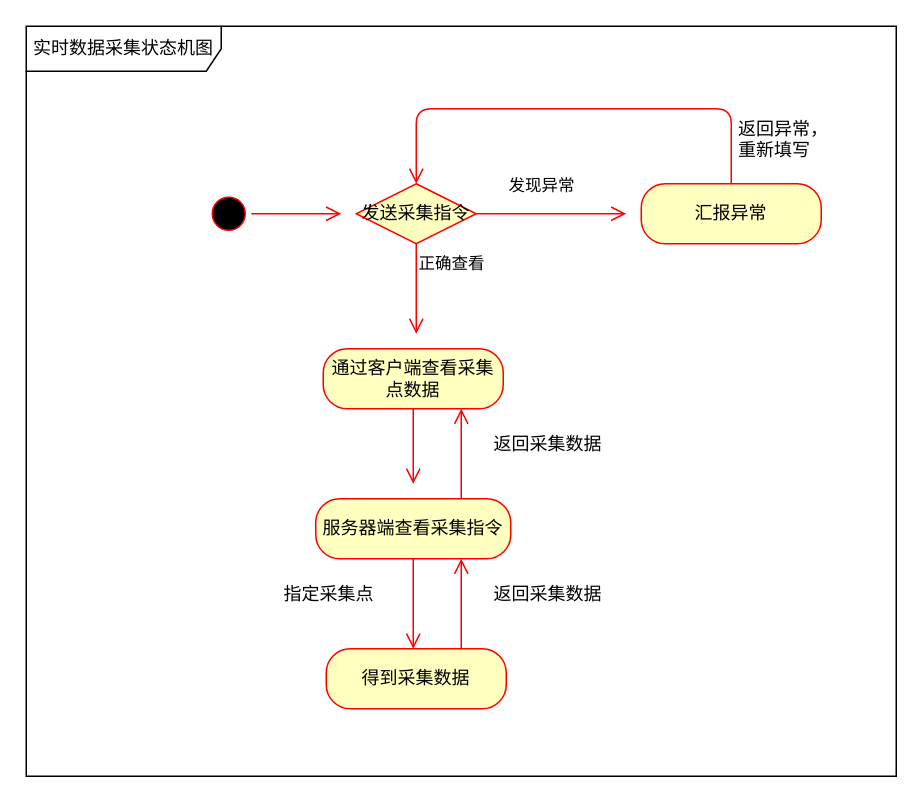
This is anki/状态机图.drawio from HuSharp/leetcode, a draw.io file, before an edit. Source tidied: cells renumbered, new cells numbered last; positions are measured from the earlier drawing's top-left corner, leaving out a move shared by most shapes. Both pictures are drawn from the tidied source at 150%, with x=0, y=0 at pixel (26, 26).
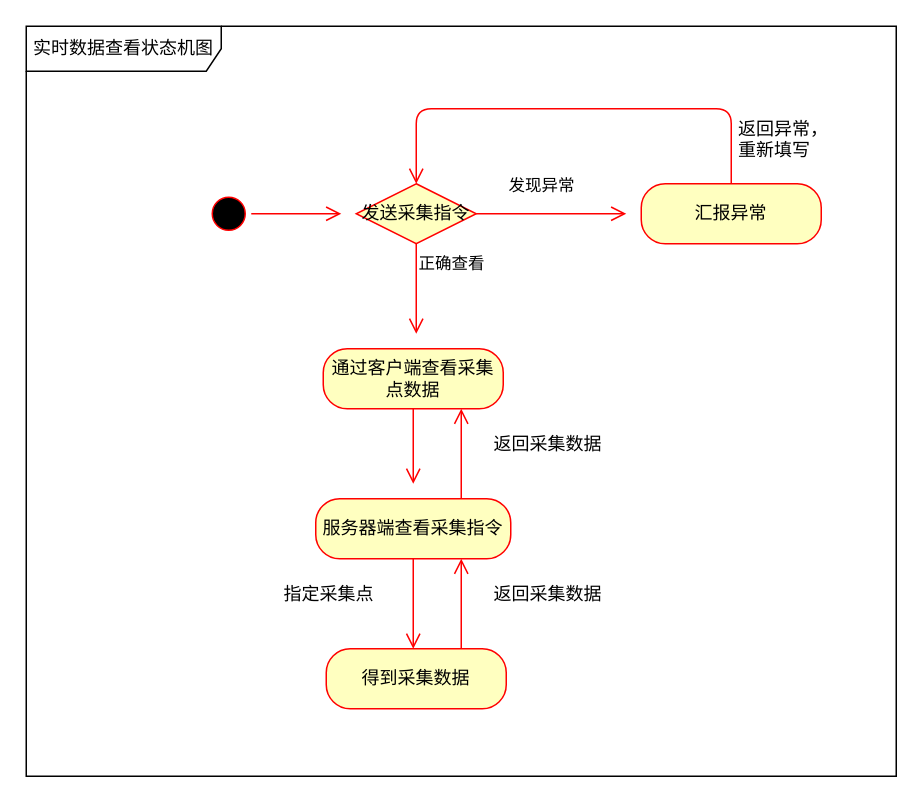
After the change.

Diff of the diagram source:
```diff
@@
-    <mxCell id="2" value="实时数据采集状态机图" style="shape=umlFrame;whiteSpace=wrap;html=1;width=130;height=30;" parent="1" vertex="1">
+    <mxCell id="2" value="实时数据查看状态机图" style="shape=umlFrame;whiteSpace=wrap;html=1;width=130;height=30;" parent="1" vertex="1">
       <mxGeometry width="580" height="500" as="geometry" />
     </mxCell>
```
